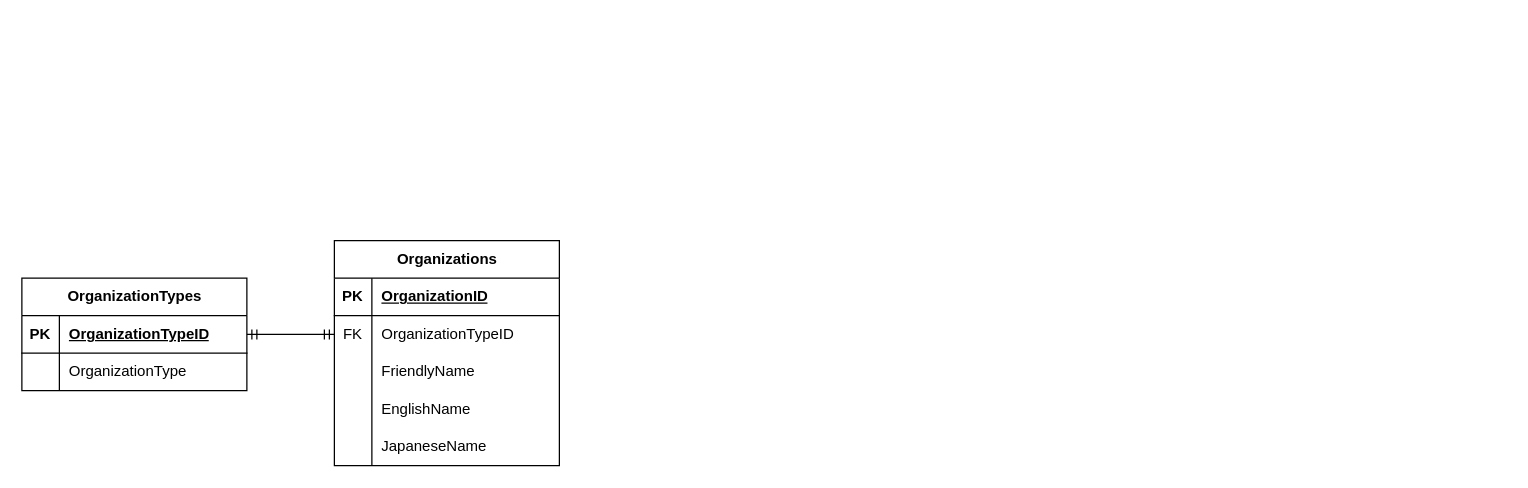
Above: page "Overview" (1 of 6) of Manufacturer_Database.drawio in benstanfish/Diagrams (draw.io), before the change. Source tidied: cells renumbered, new cells numbered last; positions are measured from the earlier drawing's top-left corner, leaving out a move shared by most shapes. Both pictures are drawn from the tidied source at 125%, with x=0, y=0 at pixel (21, 240).
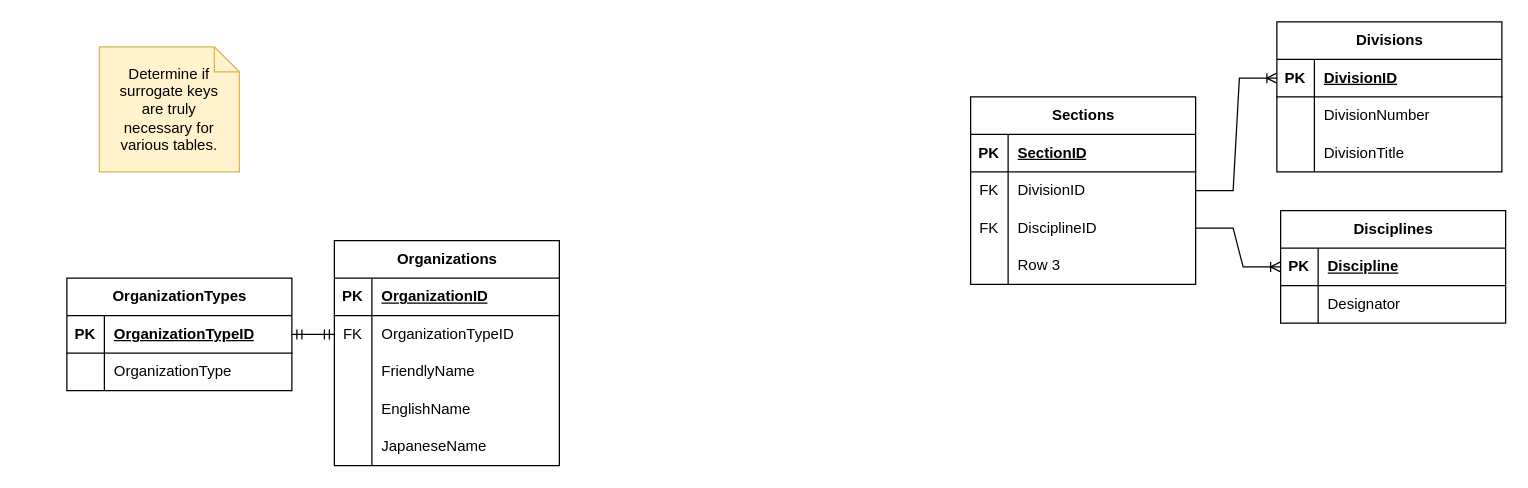
After the change.

What changed in the source:
```diff
@@
     <mxCell id="18" value="OrganizationTypes" style="shape=table;startSize=30;childLayout=tableLayout;rowLines=0;fontStyle=1;align=center;html=1;" parent="1" vertex="1">
-      <mxGeometry y="30" width="180" height="90" as="geometry" />
+      <mxGeometry x="36" y="30" width="180" height="90" as="geometry" />
     </mxCell>
@@
+    <mxCell id="26" value="Determine if surrogate keys are truly necessary for various tables." style="shape=note;size=20;whiteSpace=wrap;html=1;fillColor=#fff2cc;strokeColor=#d6b656;spacing=10;" parent="1" vertex="1">
+      <mxGeometry x="62" y="-155" width="112" height="100" as="geometry" />
+    </mxCell>
+    <mxCell id="27" value="Divisions" style="shape=table;startSize=30;childLayout=tableLayout;rowLines=0;fontStyle=1;align=center;html=1;" parent="1" vertex="1">
+      <mxGeometry x="1004" y="-175" width="180" height="120" as="geometry" />
+    </mxCell>
+    <mxCell id="28" style="shape=tableRow;horizontal=0;startSize=0;swimlaneHead=0;swimlaneBody=0;fillColor=none;points=[[0,0.5],[1,0.5]];portConstraint=eastwest;top=0;left=0;right=0;bottom=1;" parent="27" vertex="1">
+      <mxGeometry y="30" width="180" height="30" as="geometry" />
+    </mxCell>
+    <mxCell id="29" value="PK" style="shape=partialRectangle;fillColor=none;top=0;left=0;bottom=0;right=0;fontStyle=1;overflow=hidden;whiteSpace=wrap;html=1;" parent="28" vertex="1">
+      <mxGeometry width="30" height="30" as="geometry" />
+    </mxCell>
+    <mxCell id="30" value="DivisionID" style="shape=partialRectangle;fillColor=none;top=0;left=0;bottom=0;right=0;align=left;spacingLeft=6;fontStyle=5;overflow=hidden;whiteSpace=wrap;html=1;" parent="28" vertex="1">
+      <mxGeometry x="30" width="150" height="30" as="geometry" />
+    </mxCell>
+    <mxCell id="31" style="shape=tableRow;horizontal=0;startSize=0;swimlaneHead=0;swimlaneBody=0;fillColor=none;top=0;left=0;right=0;bottom=0;" parent="27" vertex="1">
+      <mxGeometry y="60" width="180" height="30" as="geometry" />
+    </mxCell>
+    <mxCell id="32" style="shape=partialRectangle;fillColor=none;top=0;left=0;bottom=0;right=0;overflow=hidden;whiteSpace=wrap;html=1;" parent="31" vertex="1">
+      <mxGeometry width="30" height="30" as="geometry" />
+    </mxCell>
+    <mxCell id="33" value="DivisionNumber" style="shape=partialRectangle;fillColor=none;top=0;left=0;bottom=0;right=0;align=left;spacingLeft=6;overflow=hidden;whiteSpace=wrap;html=1;" parent="31" vertex="1">
+      <mxGeometry x="30" width="150" height="30" as="geometry" />
+    </mxCell>
+    <mxCell id="34" style="shape=tableRow;horizontal=0;startSize=0;swimlaneHead=0;swimlaneBody=0;fillColor=none;top=0;left=0;right=0;bottom=0;" parent="27" vertex="1">
+      <mxGeometry y="90" width="180" height="30" as="geometry" />
+    </mxCell>
+    <mxCell id="35" style="shape=partialRectangle;fillColor=none;top=0;left=0;bottom=0;right=0;overflow=hidden;whiteSpace=wrap;html=1;" parent="34" vertex="1">
+      <mxGeometry width="30" height="30" as="geometry" />
+    </mxCell>
+    <mxCell id="36" value="DivisionTitle" style="shape=partialRectangle;fillColor=none;top=0;left=0;bottom=0;right=0;align=left;spacingLeft=6;overflow=hidden;whiteSpace=wrap;html=1;" parent="34" vertex="1">
+      <mxGeometry x="30" width="150" height="30" as="geometry" />
+    </mxCell>
+    <mxCell id="37" value="Disciplines" style="shape=table;startSize=30;childLayout=tableLayout;rowLines=0;fontStyle=1;align=center;html=1;" parent="1" vertex="1">
+      <mxGeometry x="1007" y="-24" width="180" height="90" as="geometry" />
+    </mxCell>
+    <mxCell id="38" style="shape=tableRow;horizontal=0;startSize=0;swimlaneHead=0;swimlaneBody=0;fillColor=none;points=[[0,0.5],[1,0.5]];portConstraint=eastwest;top=0;left=0;right=0;bottom=1;" parent="37" vertex="1">
+      <mxGeometry y="30" width="180" height="30" as="geometry" />
+    </mxCell>
+    <mxCell id="39" value="PK" style="shape=partialRectangle;fillColor=none;top=0;left=0;bottom=0;right=0;fontStyle=1;overflow=hidden;whiteSpace=wrap;html=1;" parent="38" vertex="1">
+      <mxGeometry width="30" height="30" as="geometry" />
+    </mxCell>
+    <mxCell id="40" value="Discipline" style="shape=partialRectangle;fillColor=none;top=0;left=0;bottom=0;right=0;align=left;spacingLeft=6;fontStyle=5;overflow=hidden;whiteSpace=wrap;html=1;" parent="38" vertex="1">
+      <mxGeometry x="30" width="150" height="30" as="geometry" />
+    </mxCell>
+    <mxCell id="41" style="shape=tableRow;horizontal=0;startSize=0;swimlaneHead=0;swimlaneBody=0;fillColor=none;top=0;left=0;right=0;bottom=0;" parent="37" vertex="1">
+      <mxGeometry y="60" width="180" height="30" as="geometry" />
+    </mxCell>
+    <mxCell id="42" style="shape=partialRectangle;fillColor=none;top=0;left=0;bottom=0;right=0;overflow=hidden;whiteSpace=wrap;html=1;" parent="41" vertex="1">
+      <mxGeometry width="30" height="30" as="geometry" />
+    </mxCell>
+    <mxCell id="43" value="Designator" style="shape=partialRectangle;fillColor=none;top=0;left=0;bottom=0;right=0;align=left;spacingLeft=6;overflow=hidden;whiteSpace=wrap;html=1;" parent="41" vertex="1">
+      <mxGeometry x="30" width="150" height="30" as="geometry" />
+    </mxCell>
+    <mxCell id="44" value="Sections" style="shape=table;startSize=30;childLayout=tableLayout;rowLines=0;fontStyle=1;align=center;html=1;" parent="1" vertex="1">
+      <mxGeometry x="759" y="-115" width="180" height="150" as="geometry" />
+    </mxCell>
+    <mxCell id="45" style="shape=tableRow;horizontal=0;startSize=0;swimlaneHead=0;swimlaneBody=0;fillColor=none;top=0;left=0;right=0;bottom=1;" parent="44" vertex="1">
+      <mxGeometry y="30" width="180" height="30" as="geometry" />
+    </mxCell>
+    <mxCell id="46" value="PK" style="shape=partialRectangle;fillColor=none;top=0;left=0;bottom=0;right=0;fontStyle=1;overflow=hidden;whiteSpace=wrap;html=1;" parent="45" vertex="1">
+      <mxGeometry width="30" height="30" as="geometry" />
+    </mxCell>
+    <mxCell id="47" value="SectionID" style="shape=partialRectangle;fillColor=none;top=0;left=0;bottom=0;right=0;align=left;spacingLeft=6;fontStyle=5;overflow=hidden;whiteSpace=wrap;html=1;" parent="45" vertex="1">
+      <mxGeometry x="30" width="150" height="30" as="geometry" />
+    </mxCell>
+    <mxCell id="48" style="shape=tableRow;horizontal=0;startSize=0;swimlaneHead=0;swimlaneBody=0;fillColor=none;points=[[0,0.5],[1,0.5]];portConstraint=eastwest;top=0;left=0;right=0;bottom=0;" parent="44" vertex="1">
+      <mxGeometry y="60" width="180" height="30" as="geometry" />
+    </mxCell>
+    <mxCell id="49" value="FK" style="shape=partialRectangle;fillColor=none;top=0;left=0;bottom=0;right=0;overflow=hidden;whiteSpace=wrap;html=1;" parent="48" vertex="1">
+      <mxGeometry width="30" height="30" as="geometry" />
+    </mxCell>
+    <mxCell id="50" value="DivisionID" style="shape=partialRectangle;fillColor=none;top=0;left=0;bottom=0;right=0;align=left;spacingLeft=6;overflow=hidden;whiteSpace=wrap;html=1;" parent="48" vertex="1">
+      <mxGeometry x="30" width="150" height="30" as="geometry" />
+    </mxCell>
+    <mxCell id="51" style="shape=tableRow;horizontal=0;startSize=0;swimlaneHead=0;swimlaneBody=0;fillColor=none;points=[[0,0.5],[1,0.5]];portConstraint=eastwest;top=0;left=0;right=0;bottom=0;" parent="44" vertex="1">
+      <mxGeometry y="90" width="180" height="30" as="geometry" />
+    </mxCell>
+    <mxCell id="52" value="FK" style="shape=partialRectangle;fillColor=none;top=0;left=0;bottom=0;right=0;overflow=hidden;whiteSpace=wrap;html=1;" parent="51" vertex="1">
+      <mxGeometry width="30" height="30" as="geometry" />
+    </mxCell>
+    <mxCell id="53" value="DisciplineID" style="shape=partialRectangle;fillColor=none;top=0;left=0;bottom=0;right=0;align=left;spacingLeft=6;overflow=hidden;whiteSpace=wrap;html=1;" parent="51" vertex="1">
+      <mxGeometry x="30" width="150" height="30" as="geometry" />
+    </mxCell>
+    <mxCell id="54" style="shape=tableRow;horizontal=0;startSize=0;swimlaneHead=0;swimlaneBody=0;fillColor=none;top=0;left=0;right=0;bottom=0;" parent="44" vertex="1">
+      <mxGeometry y="120" width="180" height="30" as="geometry" />
+    </mxCell>
+    <mxCell id="55" style="shape=partialRectangle;fillColor=none;top=0;left=0;bottom=0;right=0;overflow=hidden;whiteSpace=wrap;html=1;" parent="54" vertex="1">
+      <mxGeometry width="30" height="30" as="geometry" />
+    </mxCell>
+    <mxCell id="56" value="Row 3" style="shape=partialRectangle;fillColor=none;top=0;left=0;bottom=0;right=0;align=left;spacingLeft=6;overflow=hidden;whiteSpace=wrap;html=1;" parent="54" vertex="1">
+      <mxGeometry x="30" width="150" height="30" as="geometry" />
+    </mxCell>
+    <mxCell id="57" style="edgeStyle=entityRelationEdgeStyle;fontSize=12;html=1;endArrow=ERoneToMany;rounded=0;entryX=0;entryY=0.5;entryDx=0;entryDy=0;" parent="1" edge="1" source="48" target="28">
+      <mxGeometry relative="1" as="geometry" />
+    </mxCell>
+    <mxCell id="58" style="edgeStyle=entityRelationEdgeStyle;fontSize=12;html=1;endArrow=ERoneToMany;rounded=0;entryX=0;entryY=0.5;entryDx=0;entryDy=0;exitX=1;exitY=0.5;exitDx=0;exitDy=0;" parent="1" edge="1" source="51" target="38">
+      <mxGeometry relative="1" as="geometry" />
+    </mxCell>
```
